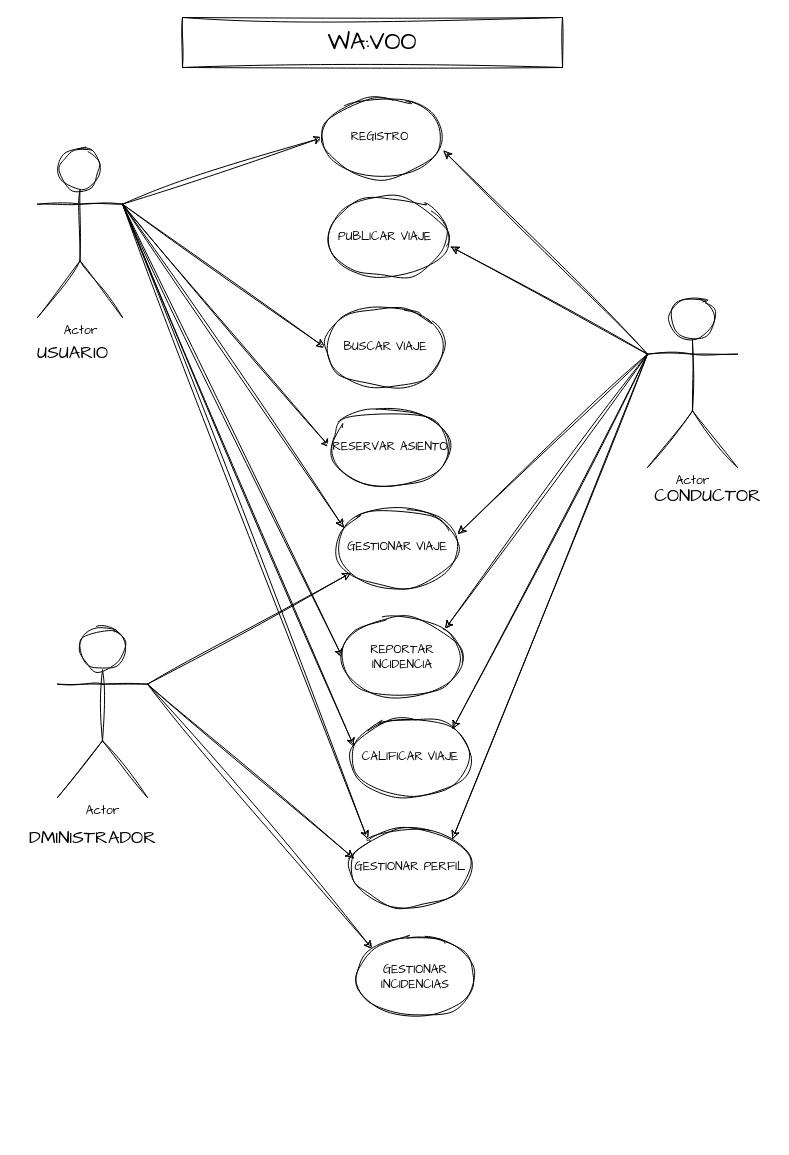
This is Documentacion/WAWOO.drawio from JoseMariaEspinoza/WAVOO, a draw.io file, before an edit. Source tidied: cells renumbered, new cells numbered last; positions are measured from the earlier drawing's top-left corner, leaving out a move shared by most shapes. Both pictures are drawn from the tidied source at 100%, with x=0, y=0 at pixel (17, 17).
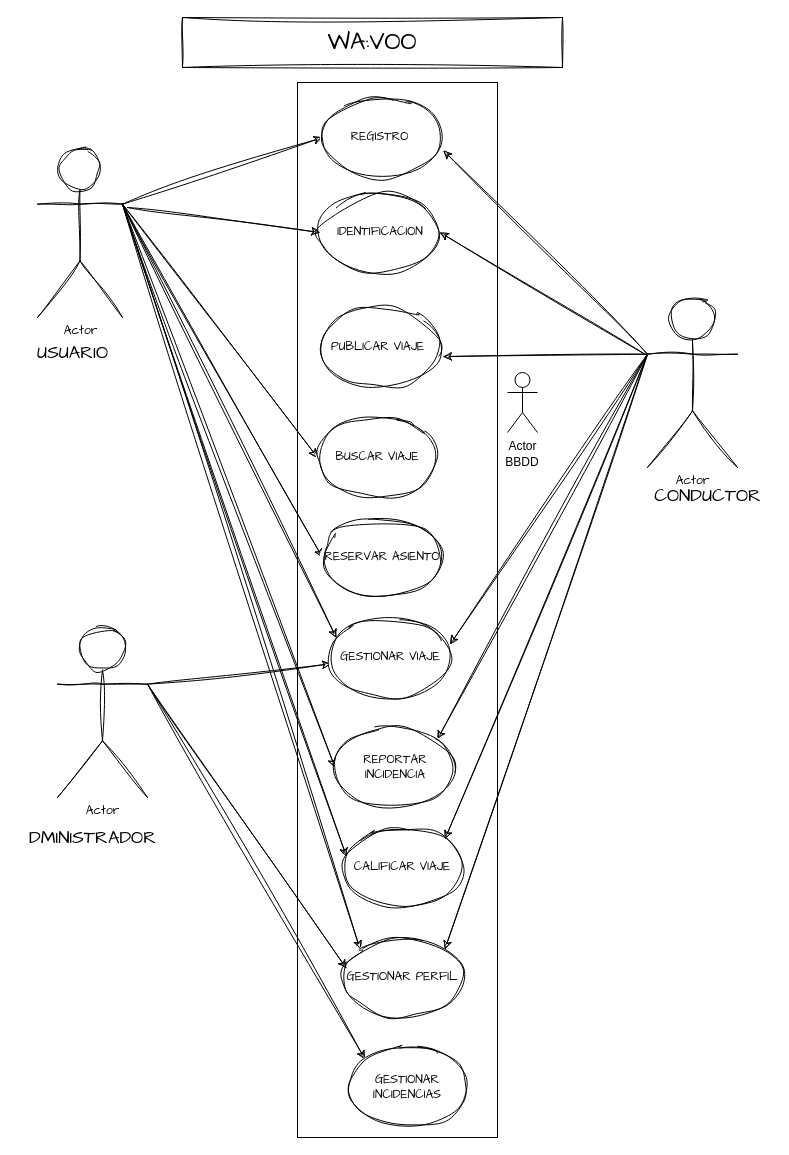
The same page after the edit.

Commit message (it also covers changes not shown here):
Cambios documentos

Unchanged cells that the change refers to:
```xml
<mxCell id="22" value="Actor" style="shape=umlActor;verticalLabelPosition=bottom;verticalAlign=top;html=1;outlineConnect=0;hachureGap=4;fontFamily=Architects Daughter;labelBackgroundColor=none;rounded=1;sketch=1;curveFitting=1;jiggle=2;" parent="1" vertex="1">
  <mxGeometry x="630" y="280" width="90" height="170" as="geometry" />
</mxCell>
```

What changed in the source:
```diff
@@
     <mxCell id="11" value="PUBLICAR VIAJE&amp;nbsp;" style="ellipse;whiteSpace=wrap;html=1;hachureGap=4;fontFamily=Architects Daughter;labelBackgroundColor=none;rounded=1;sketch=1;curveFitting=1;jiggle=2;" parent="1" vertex="1">
-      <mxGeometry x="310" y="180" width="120" height="80" as="geometry" />
+      <mxGeometry x="302.5" y="290" width="120" height="80" as="geometry" />
     </mxCell>
     <mxCell id="12" value="BUSCAR VIAJE" style="ellipse;whiteSpace=wrap;html=1;hachureGap=4;fontFamily=Architects Daughter;labelBackgroundColor=none;rounded=1;sketch=1;curveFitting=1;jiggle=2;" parent="1" vertex="1">
-      <mxGeometry x="307.5" y="290" width="120" height="80" as="geometry" />
+      <mxGeometry x="300" y="400" width="120" height="80" as="geometry" />
     </mxCell>
     <mxCell id="13" value="RESERVAR ASIENTO" style="ellipse;whiteSpace=wrap;html=1;hachureGap=4;fontFamily=Architects Daughter;labelBackgroundColor=none;rounded=1;sketch=1;curveFitting=1;jiggle=2;" parent="1" vertex="1">
-      <mxGeometry x="312.5" y="390" width="120" height="80" as="geometry" />
+      <mxGeometry x="305" y="500" width="120" height="80" as="geometry" />
     </mxCell>
     <mxCell id="14" value="GESTIONAR PERFIL" style="ellipse;whiteSpace=wrap;html=1;hachureGap=4;fontFamily=Architects Daughter;labelBackgroundColor=none;rounded=1;sketch=1;curveFitting=1;jiggle=2;" parent="1" vertex="1">
-      <mxGeometry x="332.5" y="810" width="120" height="80" as="geometry" />
+      <mxGeometry x="325" y="920" width="120" height="80" as="geometry" />
     </mxCell>
@@
     <mxCell id="24" value="CALIFICAR VIAJE" style="ellipse;whiteSpace=wrap;html=1;hachureGap=4;fontFamily=Architects Daughter;labelBackgroundColor=none;rounded=1;sketch=1;curveFitting=1;jiggle=2;" parent="1" vertex="1">
-      <mxGeometry x="332.5" y="700" width="120" height="80" as="geometry" />
+      <mxGeometry x="325" y="810" width="120" height="80" as="geometry" />
     </mxCell>
     <mxCell id="25" value="REPORTAR INCIDENCIA" style="ellipse;whiteSpace=wrap;html=1;hachureGap=4;fontFamily=Architects Daughter;labelBackgroundColor=none;rounded=1;sketch=1;curveFitting=1;jiggle=2;" parent="1" vertex="1">
-      <mxGeometry x="325" y="600" width="120" height="80" as="geometry" />
+      <mxGeometry x="317.5" y="710" width="120" height="80" as="geometry" />
     </mxCell>
     <mxCell id="26" value="GESTIONAR INCIDENCIAS" style="ellipse;whiteSpace=wrap;html=1;hachureGap=4;fontFamily=Architects Daughter;labelBackgroundColor=none;rounded=1;sketch=1;curveFitting=1;jiggle=2;" parent="1" vertex="1">
-      <mxGeometry x="337.5" y="920" width="120" height="80" as="geometry" />
+      <mxGeometry x="330" y="1030" width="120" height="80" as="geometry" />
     </mxCell>
@@
     <mxCell id="32" value="GESTIONAR VIAJE" style="ellipse;whiteSpace=wrap;html=1;hachureGap=4;fontFamily=Architects Daughter;labelBackgroundColor=none;rounded=1;sketch=1;curveFitting=1;jiggle=2;" parent="1" vertex="1">
-      <mxGeometry x="320" y="490" width="120" height="80" as="geometry" />
+      <mxGeometry x="312.5" y="600" width="120" height="80" as="geometry" />
     </mxCell>
@@
+    <mxCell id="34" value="IDENTIFICACION" style="ellipse;whiteSpace=wrap;html=1;hachureGap=4;fontFamily=Architects Daughter;labelBackgroundColor=none;rounded=1;sketch=1;curveFitting=1;jiggle=2;" parent="1" vertex="1">
+      <mxGeometry x="302.5" y="175" width="120" height="80" as="geometry" />
+    </mxCell>
+    <mxCell id="35" style="edgeStyle=none;rounded=1;hachureGap=4;jettySize=auto;html=1;entryX=0;entryY=0.5;entryDx=0;entryDy=0;fontFamily=Architects Daughter;labelBackgroundColor=none;fontColor=default;sketch=1;curveFitting=1;jiggle=2;" parent="1" edge="1" target="34">
+      <mxGeometry relative="1" as="geometry">
+        <mxPoint x="110" y="190" as="sourcePoint" />
+      </mxGeometry>
+    </mxCell>
+    <mxCell id="36" style="edgeStyle=none;rounded=1;hachureGap=4;jettySize=auto;html=1;entryX=1;entryY=0.5;entryDx=0;entryDy=0;fontFamily=Architects Daughter;labelBackgroundColor=none;fontColor=default;sketch=1;curveFitting=1;jiggle=2;" parent="1" edge="1" source="22" target="34">
+      <mxGeometry relative="1" as="geometry" />
+    </mxCell>
+    <mxCell id="37" value="Actor" style="shape=umlActor;verticalLabelPosition=bottom;verticalAlign=top;html=1;" parent="1" vertex="1">
+      <mxGeometry x="490" y="355" width="30" height="60" as="geometry" />
+    </mxCell>
+    <mxCell id="38" style="rounded=0;whiteSpace=wrap;html=1;fillColor=none;" parent="1" vertex="1">
+      <mxGeometry x="280" y="65" width="200" height="1055" as="geometry" />
+    </mxCell>
+    <mxCell id="39" value="BBDD" style="text;html=1;align=center;verticalAlign=middle;whiteSpace=wrap;rounded=0;" parent="1" vertex="1">
+      <mxGeometry x="475" y="430" width="60" height="30" as="geometry" />
+    </mxCell>
```
